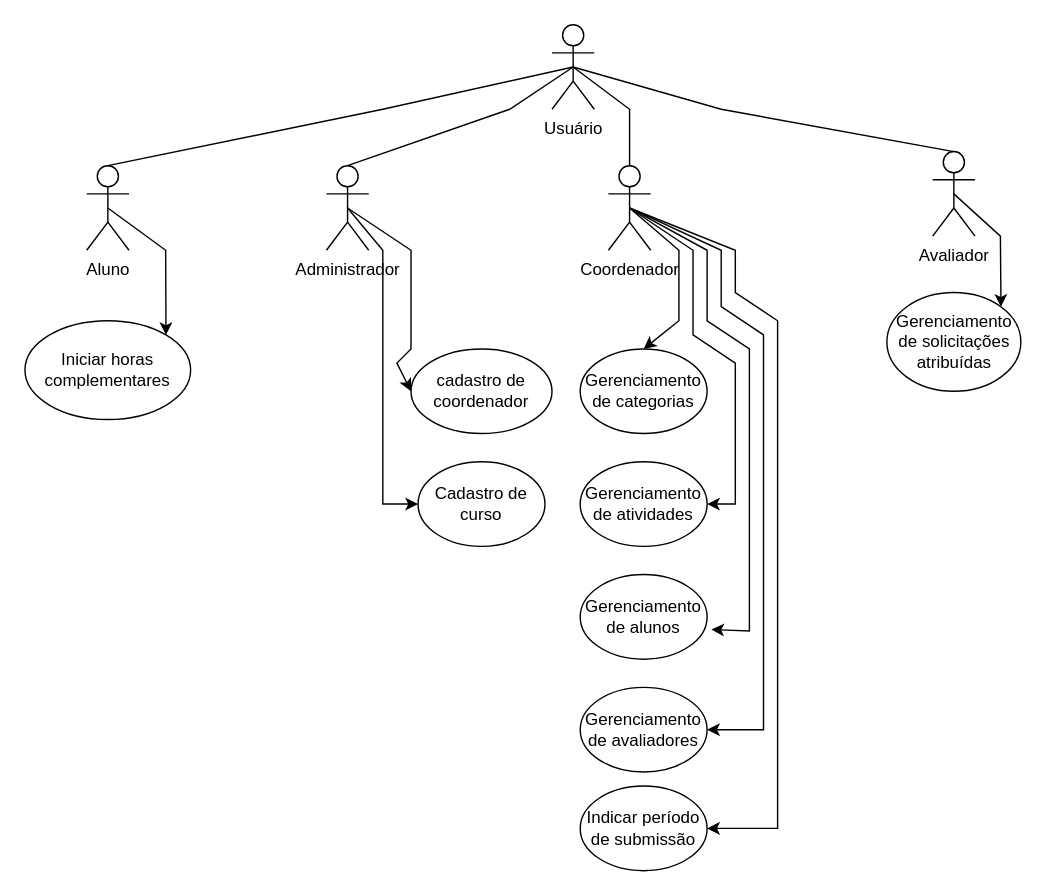
This is trabanalise.drawio from DGzzzzz/ADS_IF, a draw.io file, before an edit. Source tidied: cells renumbered, new cells numbered last; positions are measured from the earlier drawing's top-left corner, leaving out a move shared by most shapes. Both pictures are drawn from the tidied source at 141%, with x=0, y=0 at pixel (24, 24).
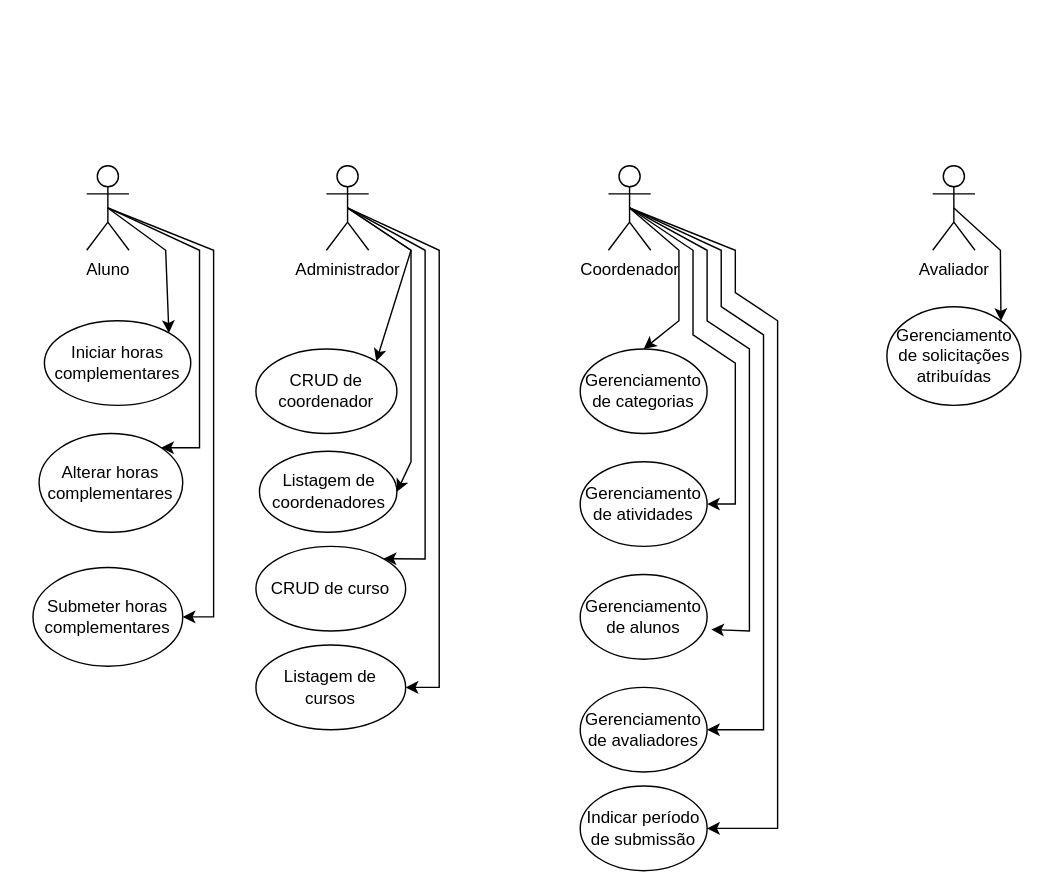
The same page after the edit.

Commit message:
alteracao marcelo

The change refers to these unchanged cells:
```xml
<mxCell id="3" value="Aluno" style="shape=umlActor;verticalLabelPosition=bottom;verticalAlign=top;html=1;outlineConnect=0;" parent="1" vertex="1">
  <mxGeometry x="44" y="100" width="30" height="60" as="geometry" />
</mxCell>
<mxCell id="4" value="Administrador" style="shape=umlActor;verticalLabelPosition=bottom;verticalAlign=top;html=1;outlineConnect=0;" parent="1" vertex="1">
  <mxGeometry x="214" y="100" width="30" height="60" as="geometry" />
</mxCell>
<mxCell id="5" value="Coordenador" style="shape=umlActor;verticalLabelPosition=bottom;verticalAlign=top;html=1;outlineConnect=0;" parent="1" vertex="1">
  <mxGeometry x="414" y="100" width="30" height="60" as="geometry" />
</mxCell>
```

Diff of the diagram source:
```diff
@@
-    <mxCell id="2" value="Usuário" style="shape=umlActor;verticalLabelPosition=bottom;verticalAlign=top;html=1;outlineConnect=0;" parent="1" vertex="1">
-      <mxGeometry x="374" width="30" height="60" as="geometry" />
-    </mxCell>
@@
     <mxCell id="6" value="Avaliador" style="shape=umlActor;verticalLabelPosition=bottom;verticalAlign=top;html=1;outlineConnect=0;" parent="1" vertex="1">
-      <mxGeometry x="644" y="90" width="30" height="60" as="geometry" />
+      <mxGeometry x="644" y="100" width="30" height="60" as="geometry" />
     </mxCell>
-    <mxCell id="7" style="endArrow=none;html=1;rounded=0;entryX=0.5;entryY=0.5;entryDx=0;entryDy=0;entryPerimeter=0;exitX=0.5;exitY=0;exitDx=0;exitDy=0;exitPerimeter=0;" parent="1" edge="1" source="3" target="2">
-      <mxGeometry relative="1" as="geometry">
-        <Array as="points">
-          <mxPoint x="254" y="60" />
-        </Array>
-      </mxGeometry>
-    </mxCell>
-    <mxCell id="8" style="endArrow=none;html=1;rounded=0;entryX=0.5;entryY=0.5;entryDx=0;entryDy=0;entryPerimeter=0;exitX=0.5;exitY=0;exitDx=0;exitDy=0;exitPerimeter=0;" parent="1" edge="1" source="4" target="2">
-      <mxGeometry relative="1" as="geometry">
-        <Array as="points">
-          <mxPoint x="344" y="60" />
-        </Array>
-      </mxGeometry>
-    </mxCell>
-    <mxCell id="9" style="endArrow=none;html=1;rounded=0;entryX=0.5;entryY=0.5;entryDx=0;entryDy=0;entryPerimeter=0;exitX=0.5;exitY=0;exitDx=0;exitDy=0;exitPerimeter=0;" parent="1" edge="1" source="5" target="2">
-      <mxGeometry relative="1" as="geometry">
-        <Array as="points">
-          <mxPoint x="429" y="60" />
-        </Array>
-      </mxGeometry>
-    </mxCell>
-    <mxCell id="10" style="endArrow=none;html=1;rounded=0;exitX=0.5;exitY=0;exitDx=0;exitDy=0;exitPerimeter=0;entryX=0.5;entryY=0.5;entryDx=0;entryDy=0;entryPerimeter=0;" parent="1" edge="1" source="6" target="2">
-      <mxGeometry relative="1" as="geometry">
-        <Array as="points">
-          <mxPoint x="494" y="60" />
-        </Array>
-      </mxGeometry>
-    </mxCell>
-    <mxCell id="11" value="Cadastro de curso" style="ellipse;whiteSpace=wrap;html=1;" parent="1" vertex="1">
-      <mxGeometry x="279" y="310" width="90" height="60" as="geometry" />
+    <mxCell id="11" value="CRUD&lt;span style=&quot;background-color: transparent; color: light-dark(rgb(0, 0, 0), rgb(255, 255, 255));&quot;&gt;&amp;nbsp;de curso&lt;/span&gt;" style="ellipse;whiteSpace=wrap;html=1;" parent="1" vertex="1">
+      <mxGeometry x="164" y="370" width="106.2" height="60" as="geometry" />
     </mxCell>
-    <mxCell id="12" value="cadastro de coordenador" style="ellipse;whiteSpace=wrap;html=1;" parent="1" vertex="1">
-      <mxGeometry x="274" y="230" width="100" height="60" as="geometry" />
+    <mxCell id="12" value="CRUD&lt;span style=&quot;background-color: transparent; color: light-dark(rgb(0, 0, 0), rgb(255, 255, 255));&quot;&gt;&amp;nbsp;de coordenador&lt;/span&gt;" style="ellipse;whiteSpace=wrap;html=1;" parent="1" vertex="1">
+      <mxGeometry x="164" y="230" width="100" height="60" as="geometry" />
     </mxCell>
-    <mxCell id="13" style="endArrow=classic;html=1;rounded=0;entryX=0;entryY=0.5;entryDx=0;entryDy=0;exitX=0.5;exitY=0.5;exitDx=0;exitDy=0;exitPerimeter=0;" parent="1" edge="1" source="4" target="11">
+    <mxCell id="13" style="endArrow=classic;html=1;rounded=0;entryX=1;entryY=0;entryDx=0;entryDy=0;exitX=0.5;exitY=0.5;exitDx=0;exitDy=0;exitPerimeter=0;" parent="1" edge="1" source="4" target="11">
       <mxGeometry relative="1" as="geometry">
         <Array as="points">
-          <mxPoint x="254" y="160" />
-          <mxPoint x="254" y="240" />
-          <mxPoint x="254" y="340" />
+          <mxPoint x="284" y="160" />
+          <mxPoint x="284" y="379" />
         </Array>
       </mxGeometry>
     </mxCell>
@@
-    <mxCell id="16" style="endArrow=classic;html=1;rounded=0;exitX=0.5;exitY=0.5;exitDx=0;exitDy=0;exitPerimeter=0;entryX=0;entryY=0.5;entryDx=0;entryDy=0;" parent="1" edge="1" source="4" target="12">
+    <mxCell id="16" style="endArrow=classic;html=1;rounded=0;exitX=0.5;exitY=0.5;exitDx=0;exitDy=0;exitPerimeter=0;entryX=1;entryY=0;entryDx=0;entryDy=0;" parent="1" edge="1" source="4" target="12">
       <mxGeometry relative="1" as="geometry">
         <Array as="points">
           <mxPoint x="274" y="160" />
-          <mxPoint x="274" y="230" />
-          <mxPoint x="264" y="240" />
         </Array>
       </mxGeometry>
     </mxCell>
@@
     <mxCell id="25" value="Iniciar horas complementares" style="ellipse;whiteSpace=wrap;html=1;" parent="1" vertex="1">
-      <mxGeometry x="0.2" y="210" width="117.5" height="70" as="geometry" />
+      <mxGeometry x="14" y="210" width="103.8" height="60" as="geometry" />
     </mxCell>
@@
     <mxCell id="27" value="Gerenciamento de solicitações atribuídas" style="ellipse;whiteSpace=wrap;html=1;" parent="1" vertex="1">
-      <mxGeometry x="611.5" y="190" width="95" height="70" as="geometry" />
+      <mxGeometry x="611.5" y="200" width="95" height="70" as="geometry" />
     </mxCell>
     <mxCell id="28" style="endArrow=classic;html=1;rounded=0;exitX=0.5;exitY=0.5;exitDx=0;exitDy=0;exitPerimeter=0;entryX=1;entryY=0;entryDx=0;entryDy=0;" parent="1" edge="1" source="6" target="27">
       <mxGeometry relative="1" as="geometry">
         <Array as="points">
-          <mxPoint x="692" y="150" />
+          <mxPoint x="692" y="160" />
         </Array>
       </mxGeometry>
     </mxCell>
+    <mxCell id="29" value="Alterar horas complementares" style="ellipse;whiteSpace=wrap;html=1;" parent="1" vertex="1">
+      <mxGeometry x="10.2" y="290" width="101.9" height="70" as="geometry" />
+    </mxCell>
+    <mxCell id="30" style="endArrow=classic;html=1;rounded=0;exitX=0.5;exitY=0.5;exitDx=0;exitDy=0;exitPerimeter=0;entryX=1;entryY=0;entryDx=0;entryDy=0;" parent="1" edge="1" source="3" target="29">
+      <mxGeometry relative="1" as="geometry">
+        <Array as="points">
+          <mxPoint x="124" y="160" />
+          <mxPoint x="124" y="300" />
+        </Array>
+      </mxGeometry>
+    </mxCell>
+    <mxCell id="31" value="Submeter horas complementares" style="ellipse;whiteSpace=wrap;html=1;" parent="1" vertex="1">
+      <mxGeometry x="5.9" y="385" width="106.2" height="70" as="geometry" />
+    </mxCell>
+    <mxCell id="32" style="endArrow=classic;html=1;rounded=0;exitX=0.5;exitY=0.5;exitDx=0;exitDy=0;exitPerimeter=0;entryX=1;entryY=0.5;entryDx=0;entryDy=0;" parent="1" edge="1" source="3" target="31">
+      <mxGeometry relative="1" as="geometry">
+        <Array as="points">
+          <mxPoint x="134" y="160" />
+          <mxPoint x="134" y="420" />
+        </Array>
+      </mxGeometry>
+    </mxCell>
+    <mxCell id="33" value="Listagem de coordenadores" style="ellipse;whiteSpace=wrap;html=1;" parent="1" vertex="1">
+      <mxGeometry x="166.5" y="302.5" width="97.5" height="57.5" as="geometry" />
+    </mxCell>
+    <mxCell id="34" style="endArrow=classic;html=1;rounded=0;exitX=0.5;exitY=0.5;exitDx=0;exitDy=0;exitPerimeter=0;entryX=1;entryY=0.5;entryDx=0;entryDy=0;" parent="1" edge="1" source="4" target="33">
+      <mxGeometry relative="1" as="geometry">
+        <Array as="points">
+          <mxPoint x="274" y="160" />
+          <mxPoint x="274" y="310" />
+        </Array>
+      </mxGeometry>
+    </mxCell>
+    <mxCell id="35" value="Listagem de cursos" style="ellipse;whiteSpace=wrap;html=1;" parent="1" vertex="1">
+      <mxGeometry x="164" y="440" width="106.2" height="60" as="geometry" />
+    </mxCell>
+    <mxCell id="36" style="endArrow=classic;html=1;rounded=0;exitX=0.5;exitY=0.5;exitDx=0;exitDy=0;exitPerimeter=0;entryX=1;entryY=0.5;entryDx=0;entryDy=0;" parent="1" edge="1" source="4" target="35">
+      <mxGeometry relative="1" as="geometry">
+        <Array as="points">
+          <mxPoint x="294" y="160" />
+          <mxPoint x="294" y="470" />
+        </Array>
+      </mxGeometry>
+    </mxCell>
```
